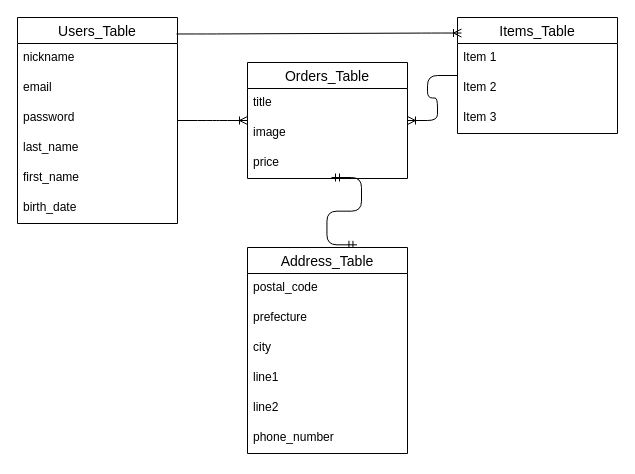
Above: furima-41773.dio in Nanami-yk185/furima-41773 (draw.io), before the change. Source tidied: cells renumbered, new cells numbered last; positions are measured from the earlier drawing's top-left corner, leaving out a move shared by most shapes. Both pictures are drawn from the tidied source at 100%, with x=0, y=0 at pixel (17, 17).
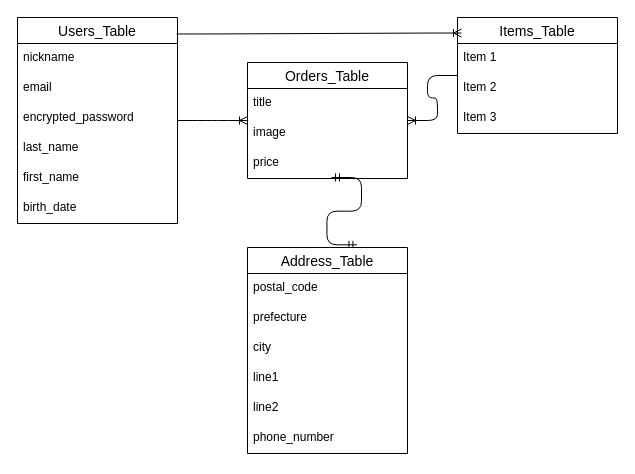
After the change.

The change refers to these unchanged cells:
```xml
<mxCell id="2" value="Users_Table" style="swimlane;fontStyle=0;horizontal=1;startSize=26;align=center;fontSize=14;" parent="1" vertex="1">
  <mxGeometry width="160" height="206" as="geometry" />
</mxCell>
```

Diff of the diagram source:
```diff
@@
-    <mxCell id="5" value="password" style="text;strokeColor=none;fillColor=none;spacingLeft=4;spacingRight=4;overflow=hidden;fontSize=12;whiteSpace=wrap;html=1;" parent="2" vertex="1">
+    <mxCell id="5" value="encrypted_password" style="text;strokeColor=none;fillColor=none;spacingLeft=4;spacingRight=4;overflow=hidden;fontSize=12;whiteSpace=wrap;html=1;" parent="2" vertex="1">
       <mxGeometry y="86" width="160" height="30" as="geometry" />
     </mxCell>
```
